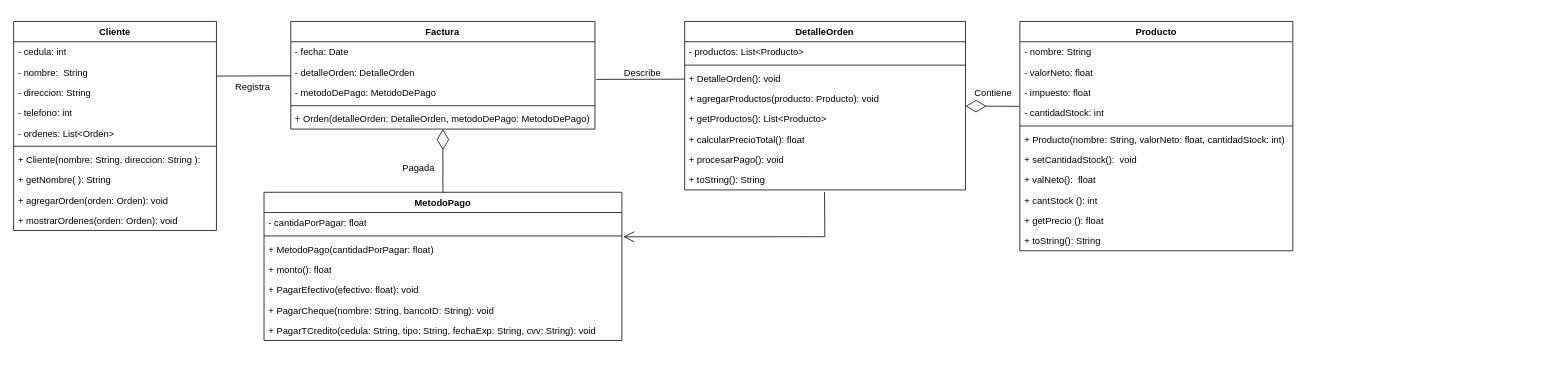
Before: ModeloTienda-sinGRASP.drawio in JosehpCR/DiagramasUML, a draw.io diagram. Source tidied: cells renumbered, new cells numbered last; positions are measured from the earlier drawing's top-left corner, leaving out a move shared by most shapes. Both pictures are drawn from the tidied source at 78%, with x=0, y=0 at pixel (13, 21).
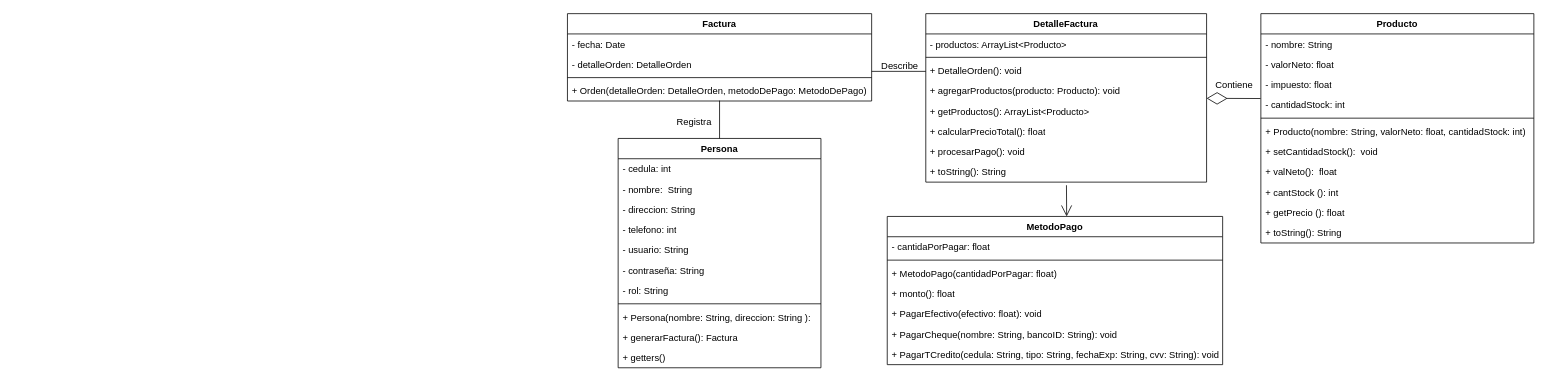
Above is the later version.

Unchanged cells that the change refers to:
```xml
<mxCell id="21" value="+ toString(): String" style="text;strokeColor=none;fillColor=none;align=left;verticalAlign=top;spacingLeft=4;spacingRight=4;overflow=hidden;points=[[0,0.5],[1,0.5]];portConstraint=eastwest;whiteSpace=wrap;html=1;" parent="13" vertex="1">
  <mxGeometry y="190" width="360" height="26" as="geometry" />
</mxCell>
```

What changed in the source:
```diff
@@
-    <mxCell id="2" value="Cliente" style="swimlane;fontStyle=1;align=center;verticalAlign=top;horizontal=1;startSize=26;whiteSpace=wrap;html=1;" parent="1" vertex="1">
-      <mxGeometry width="260" height="268" as="geometry" />
-    </mxCell>
-    <mxCell id="3" value="- cedula: int" style="text;strokeColor=none;fillColor=none;align=left;verticalAlign=top;spacingLeft=4;spacingRight=4;overflow=hidden;whiteSpace=wrap;html=1;" parent="2" vertex="1">
-      <mxGeometry y="26" width="260" height="26" as="geometry" />
-    </mxCell>
-    <mxCell id="4" value="- nombre:&amp;nbsp; String" style="text;strokeColor=none;fillColor=none;align=left;verticalAlign=top;spacingLeft=4;spacingRight=4;overflow=hidden;whiteSpace=wrap;html=1;" parent="2" vertex="1">
-      <mxGeometry y="52" width="260" height="26" as="geometry" />
-    </mxCell>
-    <mxCell id="5" value="- direccion: String" style="text;strokeColor=none;fillColor=none;align=left;verticalAlign=top;spacingLeft=4;spacingRight=4;overflow=hidden;whiteSpace=wrap;html=1;" parent="2" vertex="1">
-      <mxGeometry y="78" width="260" height="26" as="geometry" />
-    </mxCell>
-    <mxCell id="6" value="- telefono: int" style="text;strokeColor=none;fillColor=none;align=left;verticalAlign=top;spacingLeft=4;spacingRight=4;overflow=hidden;whiteSpace=wrap;html=1;" parent="2" vertex="1">
-      <mxGeometry y="104" width="260" height="26" as="geometry" />
-    </mxCell>
-    <mxCell id="7" value="- ordenes: List&amp;lt;Orden&amp;gt;" style="text;strokeColor=none;fillColor=none;align=left;verticalAlign=top;spacingLeft=4;spacingRight=4;overflow=hidden;whiteSpace=wrap;html=1;" parent="2" vertex="1">
-      <mxGeometry y="130" width="260" height="26" as="geometry" />
-    </mxCell>
-    <mxCell id="8" style="line;strokeWidth=1;fillColor=none;align=left;verticalAlign=middle;spacingTop=-1;spacingLeft=3;spacingRight=3;labelPosition=right;strokeColor=inherit;" parent="2" vertex="1">
-      <mxGeometry y="156" width="260" height="8" as="geometry" />
-    </mxCell>
-    <mxCell id="9" value="+ Cliente(nombre: String, direccion: String ):&amp;nbsp;" style="text;strokeColor=none;fillColor=none;align=left;verticalAlign=top;spacingLeft=4;spacingRight=4;overflow=hidden;whiteSpace=wrap;html=1;" parent="2" vertex="1">
-      <mxGeometry y="164" width="260" height="26" as="geometry" />
-    </mxCell>
-    <mxCell id="10" value="+ getNombre( ): String&amp;nbsp;" style="text;strokeColor=none;fillColor=none;align=left;verticalAlign=top;spacingLeft=4;spacingRight=4;overflow=hidden;whiteSpace=wrap;html=1;" parent="2" vertex="1">
-      <mxGeometry y="190" width="260" height="26" as="geometry" />
-    </mxCell>
-    <mxCell id="11" value="+ agregarOrden(orden: Orden): void&amp;nbsp;" style="text;strokeColor=none;fillColor=none;align=left;verticalAlign=top;spacingLeft=4;spacingRight=4;overflow=hidden;whiteSpace=wrap;html=1;" parent="2" vertex="1">
-      <mxGeometry y="216" width="260" height="26" as="geometry" />
-    </mxCell>
-    <mxCell id="12" value="+ mostrarOrdenes(orden: Orden): void&amp;nbsp;" style="text;strokeColor=none;fillColor=none;align=left;verticalAlign=top;spacingLeft=4;spacingRight=4;overflow=hidden;whiteSpace=wrap;html=1;" parent="2" vertex="1">
-      <mxGeometry y="242" width="260" height="26" as="geometry" />
-    </mxCell>
-    <mxCell id="13" value="DetalleOrden" style="swimlane;fontStyle=1;align=center;verticalAlign=top;horizontal=1;startSize=26;whiteSpace=wrap;html=1;" parent="1" vertex="1">
-      <mxGeometry x="860.3" width="360" height="216" as="geometry" />
+    <mxCell id="13" value="DetalleFactura" style="swimlane;fontStyle=1;align=center;verticalAlign=top;horizontal=1;startSize=26;whiteSpace=wrap;html=1;" parent="1" vertex="1">
+      <mxGeometry x="1169.4" y="-10" width="360" height="216" as="geometry" />
     </mxCell>
-    <mxCell id="14" value="- productos: List&amp;lt;Producto&amp;gt;" style="text;strokeColor=none;fillColor=none;align=left;verticalAlign=top;spacingLeft=4;spacingRight=4;overflow=hidden;whiteSpace=wrap;html=1;" parent="13" vertex="1">
+    <mxCell id="14" value="- productos: ArrayList&amp;lt;Producto&amp;gt;" style="text;strokeColor=none;fillColor=none;align=left;verticalAlign=top;spacingLeft=4;spacingRight=4;overflow=hidden;whiteSpace=wrap;html=1;" parent="13" vertex="1">
       <mxGeometry y="26" width="360" height="26" as="geometry" />
     </mxCell>
@@
-    <mxCell id="18" value="+ getProductos(): List&amp;lt;Producto&amp;gt;" style="text;strokeColor=none;fillColor=none;align=left;verticalAlign=top;spacingLeft=4;spacingRight=4;overflow=hidden;whiteSpace=wrap;html=1;" parent="13" vertex="1">
+    <mxCell id="18" value="+ getProductos(): ArrayList&amp;lt;Producto&amp;gt;" style="text;strokeColor=none;fillColor=none;align=left;verticalAlign=top;spacingLeft=4;spacingRight=4;overflow=hidden;whiteSpace=wrap;html=1;" parent="13" vertex="1">
       <mxGeometry y="112" width="360" height="26" as="geometry" />
     </mxCell>
@@
     <mxCell id="22" value="Producto" style="swimlane;fontStyle=1;align=center;verticalAlign=top;horizontal=1;startSize=26;whiteSpace=wrap;html=1;" parent="1" vertex="1">
-      <mxGeometry x="1290" width="350" height="294" as="geometry" />
+      <mxGeometry x="1599" y="-10" width="350" height="294" as="geometry" />
     </mxCell>
@@
     <mxCell id="34" value="Factura" style="swimlane;fontStyle=1;align=center;verticalAlign=top;horizontal=1;startSize=26;whiteSpace=wrap;html=1;" parent="1" vertex="1">
-      <mxGeometry x="355.3" width="390" height="138" as="geometry" />
+      <mxGeometry x="710" y="-10" width="390" height="112" as="geometry" />
     </mxCell>
@@
-    <mxCell id="37" value="- metodoDePago: MetodoDePago" style="text;strokeColor=none;fillColor=none;align=left;verticalAlign=top;spacingLeft=4;spacingRight=4;overflow=hidden;points=[[0,0.5],[1,0.5]];portConstraint=eastwest;whiteSpace=wrap;html=1;" parent="34" vertex="1">
-      <mxGeometry y="78" width="390" height="26" as="geometry" />
-    </mxCell>
     <mxCell id="38" style="line;strokeWidth=1;fillColor=none;align=left;verticalAlign=middle;spacingTop=-1;spacingLeft=3;spacingRight=3;labelPosition=right;strokeColor=inherit;" parent="34" vertex="1">
-      <mxGeometry y="104" width="390" height="8" as="geometry" />
+      <mxGeometry y="78" width="390" height="8" as="geometry" />
     </mxCell>
     <mxCell id="39" value="+ Orden(detalleOrden: DetalleOrden, metodoDePago: MetodoDePago)" style="text;strokeColor=none;fillColor=none;align=left;verticalAlign=top;spacingLeft=4;spacingRight=4;overflow=hidden;points=[[0,0.5],[1,0.5]];portConstraint=eastwest;whiteSpace=wrap;html=1;" parent="34" vertex="1">
-      <mxGeometry y="112" width="390" height="26" as="geometry" />
+      <mxGeometry y="86" width="390" height="26" as="geometry" />
     </mxCell>
     <mxCell id="40" value="MetodoPago" style="swimlane;fontStyle=1;align=center;verticalAlign=top;horizontal=1;startSize=26;whiteSpace=wrap;html=1;" parent="1" vertex="1">
-      <mxGeometry x="321" y="219" width="458.8" height="190" as="geometry" />
+      <mxGeometry x="1120" y="250" width="430" height="190" as="geometry" />
     </mxCell>
     <mxCell id="41" value="- cantidaPorPagar: float" style="text;strokeColor=none;fillColor=none;align=left;verticalAlign=top;spacingLeft=4;spacingRight=4;overflow=hidden;whiteSpace=wrap;html=1;" parent="40" vertex="1">
-      <mxGeometry y="26" width="458.8" height="26" as="geometry" />
+      <mxGeometry y="26" width="430" height="26" as="geometry" />
     </mxCell>
     <mxCell id="42" style="line;strokeWidth=1;fillColor=none;align=left;verticalAlign=middle;spacingTop=-1;spacingLeft=3;spacingRight=3;labelPosition=right;strokeColor=inherit;" parent="40" vertex="1">
-      <mxGeometry y="52" width="458.8" height="8" as="geometry" />
+      <mxGeometry y="52" width="430" height="8" as="geometry" />
     </mxCell>
     <mxCell id="43" value="+ MetodoPago(cantidadPorPagar: float)" style="text;strokeColor=none;fillColor=none;align=left;verticalAlign=top;spacingLeft=4;spacingRight=4;overflow=hidden;points=[[0,0.5],[1,0.5]];portConstraint=eastwest;whiteSpace=wrap;html=1;" parent="40" vertex="1">
-      <mxGeometry y="60" width="458.8" height="26" as="geometry" />
+      <mxGeometry y="60" width="430" height="26" as="geometry" />
     </mxCell>
     <mxCell id="44" value="+ monto(): float" style="text;strokeColor=none;fillColor=none;align=left;verticalAlign=top;spacingLeft=4;spacingRight=4;overflow=hidden;whiteSpace=wrap;html=1;" parent="40" vertex="1">
-      <mxGeometry y="86" width="458.8" height="26" as="geometry" />
+      <mxGeometry y="86" width="430" height="26" as="geometry" />
     </mxCell>
     <mxCell id="45" value="+ PagarEfectivo(efectivo: float): void" style="text;strokeColor=none;fillColor=none;align=left;verticalAlign=top;spacingLeft=4;spacingRight=4;overflow=hidden;whiteSpace=wrap;html=1;" parent="40" vertex="1">
-      <mxGeometry y="112" width="458.8" height="26" as="geometry" />
+      <mxGeometry y="112" width="430" height="26" as="geometry" />
     </mxCell>
     <mxCell id="46" value="+ PagarCheque(nombre: String, bancoID: String): void" style="text;strokeColor=none;fillColor=none;align=left;verticalAlign=top;spacingLeft=4;spacingRight=4;overflow=hidden;whiteSpace=wrap;html=1;" parent="40" vertex="1">
-      <mxGeometry y="138" width="458.8" height="26" as="geometry" />
+      <mxGeometry y="138" width="430" height="26" as="geometry" />
     </mxCell>
     <mxCell id="47" value="+ PagarTCredito(cedula: String, tipo: String, fechaExp: String, cvv: String): void" style="text;strokeColor=none;fillColor=none;align=left;verticalAlign=top;spacingLeft=4;spacingRight=4;overflow=hidden;whiteSpace=wrap;html=1;" parent="40" vertex="1">
-      <mxGeometry y="164" width="458.8" height="26" as="geometry" />
+      <mxGeometry y="164" width="430" height="26" as="geometry" />
     </mxCell>
@@
-    <mxCell id="49" style="endArrow=diamondThin;endFill=0;endSize=24;html=1;rounded=0;" parent="1" edge="1" source="40" target="34">
-      <mxGeometry relative="1" as="geometry" />
-    </mxCell>
-    <mxCell id="50" style="endArrow=none;html=1;rounded=0;align=center;verticalAlign=top;endFill=0;labelBackgroundColor=none;" parent="1" edge="1" target="34">
-      <mxGeometry relative="1" as="geometry">
-        <mxPoint x="260" y="70" as="sourcePoint" />
-      </mxGeometry>
-    </mxCell>
-    <mxCell id="51" value="Registra" style="html=1;align=right;verticalAlign=bottom;labelBackgroundColor=none;" parent="50" vertex="1">
-      <mxGeometry x="1" relative="1" as="geometry">
-        <mxPoint x="-26" y="23" as="offset" />
-      </mxGeometry>
-    </mxCell>
-    <mxCell id="52" style="endArrow=none;html=1;rounded=0;align=center;verticalAlign=top;endFill=0;labelBackgroundColor=none;entryX=1.004;entryY=-0.143;entryDx=0;entryDy=0;entryPerimeter=0;" parent="1" edge="1" target="37">
+    <mxCell id="52" style="endArrow=none;html=1;rounded=0;align=center;verticalAlign=top;endFill=0;labelBackgroundColor=none;" parent="1" edge="1">
       <mxGeometry relative="1" as="geometry">
-        <mxPoint x="860" y="74" as="sourcePoint" />
+        <mxPoint x="1169.4" y="64" as="sourcePoint" />
+        <mxPoint x="1100" y="64" as="targetPoint" />
       </mxGeometry>
     </mxCell>
     <mxCell id="53" value="Describe" style="html=1;align=right;verticalAlign=bottom;labelBackgroundColor=none;" parent="1" vertex="1">
-      <mxGeometry x="830.3" y="75" as="geometry" />
+      <mxGeometry x="1160" y="65" as="geometry" />
     </mxCell>
-    <mxCell id="54" value="Pagada" style="html=1;align=right;verticalAlign=bottom;labelBackgroundColor=none;" parent="1" vertex="1">
-      <mxGeometry x="530" y="180" as="geometry">
-        <mxPoint x="10" y="16" as="offset" />
-      </mxGeometry>
-    </mxCell>
     <mxCell id="55" value="Contiene" style="html=1;align=right;verticalAlign=bottom;labelBackgroundColor=none;" parent="1" vertex="1">
-      <mxGeometry x="1280" y="100" as="geometry" />
+      <mxGeometry x="1589" y="90" as="geometry" />
     </mxCell>
-    <mxCell id="56" style="endArrow=open;endFill=1;endSize=12;html=1;rounded=0;entryX=1.004;entryY=-0.112;entryDx=0;entryDy=0;exitX=0.498;exitY=1.106;exitDx=0;exitDy=0;exitPerimeter=0;entryPerimeter=0;" parent="1" edge="1" source="21" target="43">
+    <mxCell id="56" style="endArrow=open;endFill=1;endSize=12;html=1;rounded=0;exitX=0.501;exitY=1.154;exitDx=0;exitDy=0;exitPerimeter=0;" parent="1" edge="1" source="21">
       <mxGeometry relative="1" as="geometry">
-        <Array as="points">
-          <mxPoint x="1040" y="276" />
-        </Array>
+        <mxPoint x="1350" y="250" as="targetPoint" />
       </mxGeometry>
     </mxCell>
+    <mxCell id="57" value="Persona" style="swimlane;fontStyle=1;align=center;verticalAlign=top;horizontal=1;startSize=26;whiteSpace=wrap;html=1;" parent="1" vertex="1">
+      <mxGeometry x="775" y="150" width="260" height="294" as="geometry" />
+    </mxCell>
+    <mxCell id="3" value="- cedula: int" style="text;strokeColor=none;fillColor=none;align=left;verticalAlign=top;spacingLeft=4;spacingRight=4;overflow=hidden;whiteSpace=wrap;html=1;" parent="57" vertex="1">
+      <mxGeometry y="26" width="260" height="26" as="geometry" />
+    </mxCell>
+    <mxCell id="4" value="- nombre:&amp;nbsp; String" style="text;strokeColor=none;fillColor=none;align=left;verticalAlign=top;spacingLeft=4;spacingRight=4;overflow=hidden;whiteSpace=wrap;html=1;" parent="57" vertex="1">
+      <mxGeometry y="52" width="260" height="26" as="geometry" />
+    </mxCell>
+    <mxCell id="5" value="- direccion: String" style="text;strokeColor=none;fillColor=none;align=left;verticalAlign=top;spacingLeft=4;spacingRight=4;overflow=hidden;whiteSpace=wrap;html=1;" parent="57" vertex="1">
+      <mxGeometry y="78" width="260" height="26" as="geometry" />
+    </mxCell>
+    <mxCell id="6" value="- telefono: int" style="text;strokeColor=none;fillColor=none;align=left;verticalAlign=top;spacingLeft=4;spacingRight=4;overflow=hidden;whiteSpace=wrap;html=1;" parent="57" vertex="1">
+      <mxGeometry y="104" width="260" height="26" as="geometry" />
+    </mxCell>
+    <mxCell id="58" value="- usuario: String" style="text;strokeColor=none;fillColor=none;align=left;verticalAlign=top;spacingLeft=4;spacingRight=4;overflow=hidden;whiteSpace=wrap;html=1;" parent="57" vertex="1">
+      <mxGeometry y="130" width="260" height="26" as="geometry" />
+    </mxCell>
+    <mxCell id="59" value="- contraseña: String" style="text;strokeColor=none;fillColor=none;align=left;verticalAlign=top;spacingLeft=4;spacingRight=4;overflow=hidden;whiteSpace=wrap;html=1;" parent="57" vertex="1">
+      <mxGeometry y="156" width="260" height="26" as="geometry" />
+    </mxCell>
+    <mxCell id="60" value="- rol: String" style="text;strokeColor=none;fillColor=none;align=left;verticalAlign=top;spacingLeft=4;spacingRight=4;overflow=hidden;whiteSpace=wrap;html=1;" parent="57" vertex="1">
+      <mxGeometry y="182" width="260" height="26" as="geometry" />
+    </mxCell>
+    <mxCell id="61" style="line;strokeWidth=1;fillColor=none;align=left;verticalAlign=middle;spacingTop=-1;spacingLeft=3;spacingRight=3;labelPosition=right;strokeColor=inherit;" parent="57" vertex="1">
+      <mxGeometry y="208" width="260" height="8" as="geometry" />
+    </mxCell>
+    <mxCell id="62" value="+ Persona(nombre: String, direccion: String ):&amp;nbsp;" style="text;strokeColor=none;fillColor=none;align=left;verticalAlign=top;spacingLeft=4;spacingRight=4;overflow=hidden;whiteSpace=wrap;html=1;" parent="57" vertex="1">
+      <mxGeometry y="216" width="260" height="26" as="geometry" />
+    </mxCell>
+    <mxCell id="63" value="+ generarFactura(): Factura" style="text;strokeColor=none;fillColor=none;align=left;verticalAlign=top;spacingLeft=4;spacingRight=4;overflow=hidden;whiteSpace=wrap;html=1;" parent="57" vertex="1">
+      <mxGeometry y="242" width="260" height="26" as="geometry" />
+    </mxCell>
+    <mxCell id="64" value="+ getters()" style="text;strokeColor=none;fillColor=none;align=left;verticalAlign=top;spacingLeft=4;spacingRight=4;overflow=hidden;whiteSpace=wrap;html=1;" parent="57" vertex="1">
+      <mxGeometry y="268" width="260" height="26" as="geometry" />
+    </mxCell>
+    <mxCell id="65" style="endArrow=none;html=1;rounded=0;align=center;verticalAlign=top;endFill=0;labelBackgroundColor=none;exitX=0.5;exitY=0;exitDx=0;exitDy=0;entryX=0.5;entryY=0.982;entryDx=0;entryDy=0;entryPerimeter=0;" parent="1" edge="1" source="57" target="39">
+      <mxGeometry relative="1" as="geometry" />
+    </mxCell>
+    <mxCell id="51" value="Registra" style="html=1;align=right;verticalAlign=bottom;labelBackgroundColor=none;" parent="65" vertex="1">
+      <mxGeometry x="1" relative="1" as="geometry">
+        <mxPoint x="-10" y="35" as="offset" />
+      </mxGeometry>
+    </mxCell>
```
